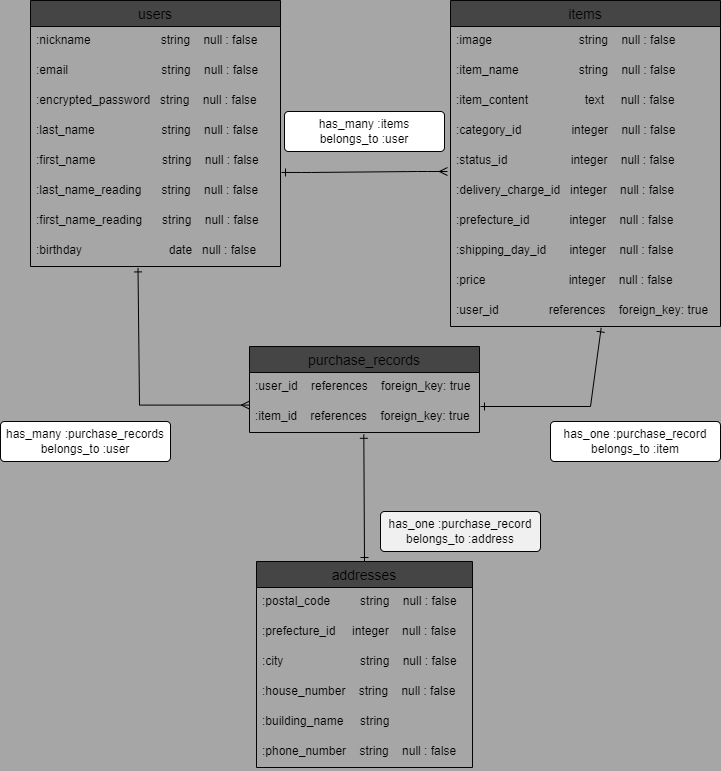
This is furima-40340.drawio.png from CielSA0512/furima-40340, a draw.io export, as it was before one commit. Source tidied: cells renumbered, new cells last; positions are measured from the earlier drawing's top-left corner, leaving out a move shared by most shapes.
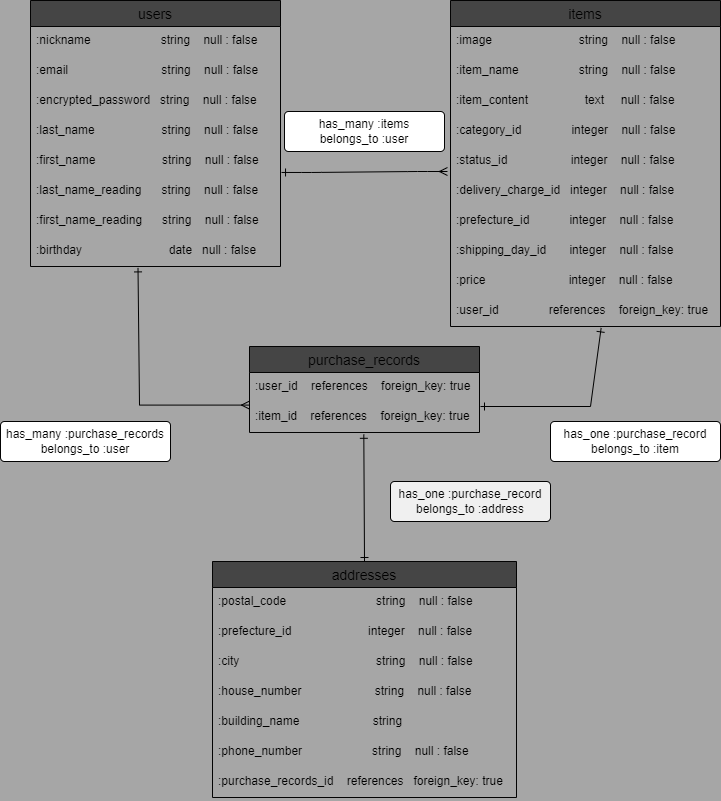
Above is the later version.

Commit message:
データベース設計修正3

The edit, as a diff of the source:
```diff
@@ -63,26 +63,29 @@
       <mxGeometry y="296" width="270" height="30" as="geometry" />
     </mxCell>
     <mxCell id="22" value="addresses" style="swimlane;fontStyle=0;horizontal=1;startSize=26;align=center;fontSize=14;fillColor=#454545;strokeColor=#030303;" parent="1" vertex="1">
-      <mxGeometry x="256" y="561" width="216" height="206" as="geometry" />
+      <mxGeometry x="212" y="561" width="304" height="236" as="geometry" />
     </mxCell>
-    <mxCell id="23" value=":postal_code         string    null : false" style="text;strokeColor=none;fillColor=none;spacingLeft=4;spacingRight=4;overflow=hidden;fontSize=12;" parent="22" vertex="1">
-      <mxGeometry y="26" width="216" height="30" as="geometry" />
+    <mxCell id="23" value=":postal_code                           string    null : false" style="text;strokeColor=none;fillColor=none;spacingLeft=4;spacingRight=4;overflow=hidden;fontSize=12;" parent="22" vertex="1">
+      <mxGeometry y="26" width="304" height="30" as="geometry" />
     </mxCell>
-    <mxCell id="24" value=":prefecture_id     integer    null : false" style="text;strokeColor=none;fillColor=none;spacingLeft=4;spacingRight=4;overflow=hidden;fontSize=12;" parent="22" vertex="1">
-      <mxGeometry y="56" width="216" height="30" as="geometry" />
+    <mxCell id="24" value=":prefecture_id                       integer    null : false" style="text;strokeColor=none;fillColor=none;spacingLeft=4;spacingRight=4;overflow=hidden;fontSize=12;" parent="22" vertex="1">
+      <mxGeometry y="56" width="304" height="30" as="geometry" />
     </mxCell>
-    <mxCell id="25" value=":city                       string    null : false" style="text;strokeColor=none;fillColor=none;spacingLeft=4;spacingRight=4;overflow=hidden;fontSize=12;" parent="22" vertex="1">
-      <mxGeometry y="86" width="216" height="30" as="geometry" />
+    <mxCell id="25" value=":city                                         string    null : false" style="text;strokeColor=none;fillColor=none;spacingLeft=4;spacingRight=4;overflow=hidden;fontSize=12;" parent="22" vertex="1">
+      <mxGeometry y="86" width="304" height="30" as="geometry" />
     </mxCell>
-    <mxCell id="26" value=":house_number    string    null : false" style="text;strokeColor=none;fillColor=none;spacingLeft=4;spacingRight=4;overflow=hidden;fontSize=12;" parent="22" vertex="1">
-      <mxGeometry y="116" width="216" height="30" as="geometry" />
+    <mxCell id="26" value=":house_number                      string    null : false" style="text;strokeColor=none;fillColor=none;spacingLeft=4;spacingRight=4;overflow=hidden;fontSize=12;" parent="22" vertex="1">
+      <mxGeometry y="116" width="304" height="30" as="geometry" />
     </mxCell>
-    <mxCell id="27" value=":building_name     string    " style="text;strokeColor=none;fillColor=none;spacingLeft=4;spacingRight=4;overflow=hidden;fontSize=12;" parent="22" vertex="1">
-      <mxGeometry y="146" width="216" height="30" as="geometry" />
+    <mxCell id="27" value=":building_name                      string    " style="text;strokeColor=none;fillColor=none;spacingLeft=4;spacingRight=4;overflow=hidden;fontSize=12;" parent="22" vertex="1">
+      <mxGeometry y="146" width="304" height="30" as="geometry" />
     </mxCell>
-    <mxCell id="28" value=":phone_number    string    null : false" style="text;strokeColor=none;fillColor=none;spacingLeft=4;spacingRight=4;overflow=hidden;fontSize=12;" parent="22" vertex="1">
-      <mxGeometry y="176" width="216" height="30" as="geometry" />
+    <mxCell id="28" value=":phone_number                     string    null : false" style="text;strokeColor=none;fillColor=none;spacingLeft=4;spacingRight=4;overflow=hidden;fontSize=12;" parent="22" vertex="1">
+      <mxGeometry y="176" width="304" height="30" as="geometry" />
     </mxCell>
+    <mxCell id="40" value=":purchase_records_id    references   foreign_key: true" style="text;strokeColor=none;fillColor=none;spacingLeft=4;spacingRight=4;overflow=hidden;fontSize=12;" parent="22" vertex="1">
+      <mxGeometry y="206" width="304" height="30" as="geometry" />
+    </mxCell>
     <mxCell id="29" value="has_many :items&lt;br&gt;belongs_to :user" style="rounded=1;arcSize=10;whiteSpace=wrap;html=1;align=center;strokeColor=#030303;fillColor=#FFFFFF;fontColor=#030303;" parent="1" vertex="1">
       <mxGeometry x="284" y="111" width="160" height="40" as="geometry" />
     </mxCell>
@@ -96,7 +99,7 @@
       <mxGeometry relative="1" as="geometry" />
     </mxCell>
     <mxCell id="32" value="has_one :purchase_record&lt;br&gt;belongs_to :address" style="rounded=1;arcSize=10;whiteSpace=wrap;html=1;align=center;fontColor=#030303;fillColor=#F0F0F0;strokeColor=#030303;" parent="1" vertex="1">
-      <mxGeometry x="380" y="511" width="160" height="40" as="geometry" />
+      <mxGeometry x="390" y="481" width="160" height="40" as="geometry" />
     </mxCell>
     <mxCell id="33" value="purchase_records" style="swimlane;fontStyle=0;horizontal=1;startSize=26;align=center;fontSize=14;fillColor=#454545;strokeColor=#030303;" parent="1" vertex="1">
       <mxGeometry x="249" y="346" width="230" height="86" as="geometry" />
```
